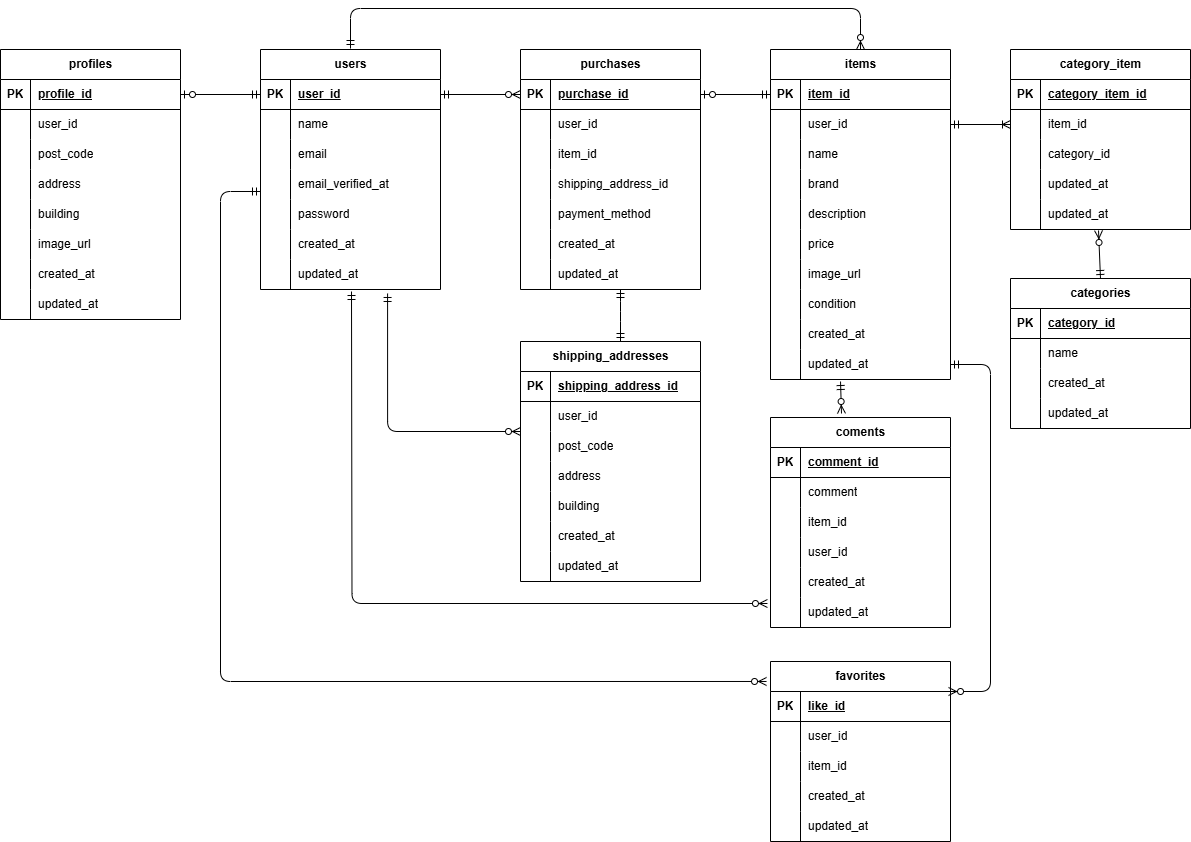
Earlier version of the draw.io export frea_market.drawio.png (yun-0312/flea-market). Source tidied: cells renumbered, new cells last; positions are measured from the earlier drawing's top-left corner, leaving out a move shared by most shapes.
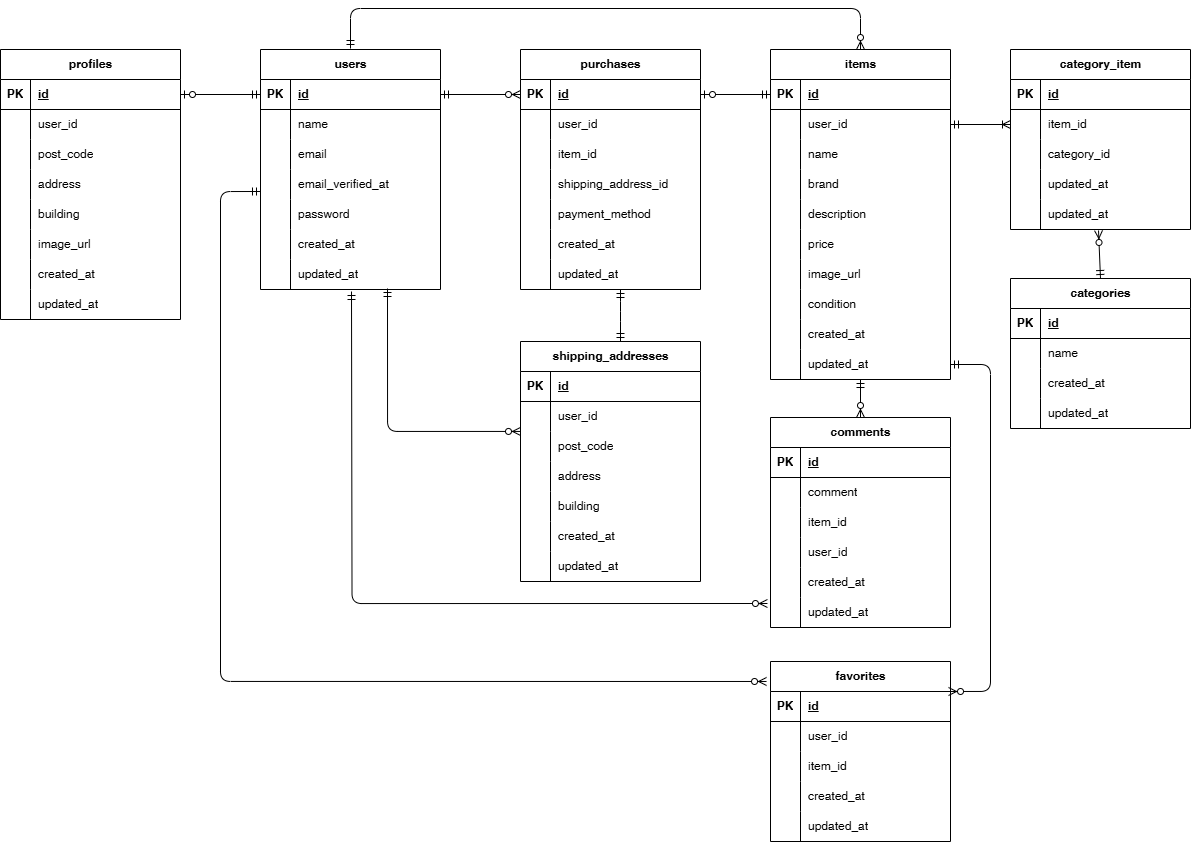
After the change.

The edit, as a diff of the source:
```diff
@@ -11,7 +11,7 @@
     <mxCell id="4" value="PK" style="shape=partialRectangle;fillColor=none;top=0;left=0;bottom=0;right=0;fontStyle=1;overflow=hidden;whiteSpace=wrap;html=1;" parent="3" vertex="1">
       <mxGeometry width="30" height="30" as="geometry" />
     </mxCell>
-    <mxCell id="5" value="category_item_id" style="shape=partialRectangle;fillColor=none;top=0;left=0;bottom=0;right=0;align=left;spacingLeft=6;fontStyle=5;overflow=hidden;whiteSpace=wrap;html=1;" parent="3" vertex="1">
+    <mxCell id="5" value="id" style="shape=partialRectangle;fillColor=none;top=0;left=0;bottom=0;right=0;align=left;spacingLeft=6;fontStyle=5;overflow=hidden;whiteSpace=wrap;html=1;" parent="3" vertex="1">
       <mxGeometry x="30" width="150" height="30" as="geometry" />
     </mxCell>
     <mxCell id="6" style="shape=tableRow;horizontal=0;startSize=0;swimlaneHead=0;swimlaneBody=0;fillColor=none;points=[[0,0.5],[1,0.5]];portConstraint=eastwest;top=0;left=0;right=0;bottom=0;" parent="2" vertex="1">
@@ -59,7 +59,7 @@
     <mxCell id="20" value="PK" style="shape=partialRectangle;fillColor=none;top=0;left=0;bottom=0;right=0;fontStyle=1;overflow=hidden;whiteSpace=wrap;html=1;" parent="19" vertex="1">
       <mxGeometry width="30" height="30" as="geometry" />
     </mxCell>
-    <mxCell id="21" value="user_id" style="shape=partialRectangle;fillColor=none;top=0;left=0;bottom=0;right=0;align=left;spacingLeft=6;fontStyle=5;overflow=hidden;whiteSpace=wrap;html=1;" parent="19" vertex="1">
+    <mxCell id="21" value="id" style="shape=partialRectangle;fillColor=none;top=0;left=0;bottom=0;right=0;align=left;spacingLeft=6;fontStyle=5;overflow=hidden;whiteSpace=wrap;html=1;" parent="19" vertex="1">
       <mxGeometry x="30" width="150" height="30" as="geometry" />
     </mxCell>
     <mxCell id="22" style="shape=tableRow;horizontal=0;startSize=0;swimlaneHead=0;swimlaneBody=0;fillColor=none;top=0;left=0;right=0;bottom=0;" parent="18" vertex="1">
@@ -116,7 +116,7 @@
     <mxCell id="39" value="updated_at" style="shape=partialRectangle;fillColor=none;top=0;left=0;bottom=0;right=0;align=left;spacingLeft=6;overflow=hidden;whiteSpace=wrap;html=1;" parent="37" vertex="1">
       <mxGeometry x="30" width="150" height="30" as="geometry" />
     </mxCell>
-    <mxCell id="40" value="coments" style="shape=table;startSize=30;rowLines=0;fontStyle=1;align=center;html=1;" parent="1" vertex="1">
+    <mxCell id="40" value="comments" style="shape=table;startSize=30;rowLines=0;fontStyle=1;align=center;html=1;" parent="1" vertex="1">
       <mxGeometry x="770" y="409" width="180" height="210" as="geometry" />
     </mxCell>
     <mxCell id="41" style="shape=tableRow;horizontal=0;startSize=0;swimlaneHead=0;swimlaneBody=0;fillColor=none;top=0;left=0;right=0;bottom=1;" parent="40" vertex="1">
@@ -125,7 +125,7 @@
     <mxCell id="42" value="PK" style="shape=partialRectangle;fillColor=none;top=0;left=0;bottom=0;right=0;fontStyle=1;overflow=hidden;whiteSpace=wrap;html=1;" parent="41" vertex="1">
       <mxGeometry width="30" height="30" as="geometry" />
     </mxCell>
-    <mxCell id="43" value="comment_id" style="shape=partialRectangle;fillColor=none;top=0;left=0;bottom=0;right=0;align=left;spacingLeft=6;fontStyle=5;overflow=hidden;whiteSpace=wrap;html=1;" parent="41" vertex="1">
+    <mxCell id="43" value="id" style="shape=partialRectangle;fillColor=none;top=0;left=0;bottom=0;right=0;align=left;spacingLeft=6;fontStyle=5;overflow=hidden;whiteSpace=wrap;html=1;" parent="41" vertex="1">
       <mxGeometry x="30" width="150" height="30" as="geometry" />
     </mxCell>
     <mxCell id="44" style="shape=tableRow;horizontal=0;startSize=0;swimlaneHead=0;swimlaneBody=0;fillColor=none;top=0;left=0;right=0;bottom=0;" parent="40" vertex="1">
@@ -182,7 +182,7 @@
     <mxCell id="61" value="PK" style="shape=partialRectangle;fillColor=none;top=0;left=0;bottom=0;right=0;fontStyle=1;overflow=hidden;whiteSpace=wrap;html=1;" parent="60" vertex="1">
       <mxGeometry width="30" height="30" as="geometry" />
     </mxCell>
-    <mxCell id="62" value="like_id" style="shape=partialRectangle;fillColor=none;top=0;left=0;bottom=0;right=0;align=left;spacingLeft=6;fontStyle=5;overflow=hidden;whiteSpace=wrap;html=1;" parent="60" vertex="1">
+    <mxCell id="62" value="id" style="shape=partialRectangle;fillColor=none;top=0;left=0;bottom=0;right=0;align=left;spacingLeft=6;fontStyle=5;overflow=hidden;whiteSpace=wrap;html=1;" parent="60" vertex="1">
       <mxGeometry x="30" width="150" height="30" as="geometry" />
     </mxCell>
     <mxCell id="63" style="shape=tableRow;horizontal=0;startSize=0;swimlaneHead=0;swimlaneBody=0;fillColor=none;top=0;left=0;right=0;bottom=0;" parent="59" vertex="1">
@@ -230,7 +230,7 @@
     <mxCell id="77" value="PK" style="shape=partialRectangle;fillColor=none;top=0;left=0;bottom=0;right=0;fontStyle=1;overflow=hidden;whiteSpace=wrap;html=1;" parent="76" vertex="1">
       <mxGeometry width="30" height="30" as="geometry" />
     </mxCell>
-    <mxCell id="78" value="profile_id" style="shape=partialRectangle;fillColor=none;top=0;left=0;bottom=0;right=0;align=left;spacingLeft=6;fontStyle=5;overflow=hidden;whiteSpace=wrap;html=1;" parent="76" vertex="1">
+    <mxCell id="78" value="id" style="shape=partialRectangle;fillColor=none;top=0;left=0;bottom=0;right=0;align=left;spacingLeft=6;fontStyle=5;overflow=hidden;whiteSpace=wrap;html=1;" parent="76" vertex="1">
       <mxGeometry x="30" width="150" height="30" as="geometry" />
     </mxCell>
     <mxCell id="79" style="shape=tableRow;horizontal=0;startSize=0;swimlaneHead=0;swimlaneBody=0;fillColor=none;top=0;left=0;right=0;bottom=0;" parent="75" vertex="1">
@@ -308,7 +308,7 @@
     <mxCell id="103" value="PK" style="shape=partialRectangle;fillColor=none;top=0;left=0;bottom=0;right=0;fontStyle=1;overflow=hidden;whiteSpace=wrap;html=1;" parent="102" vertex="1">
       <mxGeometry width="30" height="30" as="geometry" />
     </mxCell>
-    <mxCell id="104" value="category_id" style="shape=partialRectangle;fillColor=none;top=0;left=0;bottom=0;right=0;align=left;spacingLeft=6;fontStyle=5;overflow=hidden;whiteSpace=wrap;html=1;" parent="102" vertex="1">
+    <mxCell id="104" value="id" style="shape=partialRectangle;fillColor=none;top=0;left=0;bottom=0;right=0;align=left;spacingLeft=6;fontStyle=5;overflow=hidden;whiteSpace=wrap;html=1;" parent="102" vertex="1">
       <mxGeometry x="30" width="150" height="30" as="geometry" />
     </mxCell>
     <mxCell id="105" style="shape=tableRow;horizontal=0;startSize=0;swimlaneHead=0;swimlaneBody=0;fillColor=none;top=0;left=0;right=0;bottom=0;" parent="101" vertex="1">
@@ -346,13 +346,12 @@
         </Array>
       </mxGeometry>
     </mxCell>
-    <mxCell id="115" style="fontSize=12;html=1;endArrow=ERzeroToMany;startArrow=ERmandOne;exitX=0.389;exitY=1.067;exitDx=0;exitDy=0;exitPerimeter=0;" parent="1" edge="1" source="173">
-      <mxGeometry relative="1" as="geometry">
-        <mxPoint x="841" y="405" as="targetPoint" />
-      </mxGeometry>
+    <mxCell id="115" style="fontSize=12;html=1;endArrow=ERzeroToMany;startArrow=ERmandOne;entryX=0.5;entryY=0;entryDx=0;entryDy=0;" parent="1" edge="1" source="173" target="40">
+      <mxGeometry relative="1" as="geometry" />
     </mxCell>
-    <mxCell id="116" style="fontSize=12;html=1;endArrow=ERzeroToMany;startArrow=ERmandOne;edgeStyle=orthogonalEdgeStyle;exitX=0.706;exitY=1.133;exitDx=0;exitDy=0;exitPerimeter=0;" parent="1" edge="1" source="37" target="176">
+    <mxCell id="116" style="fontSize=12;html=1;endArrow=ERzeroToMany;startArrow=ERmandOne;edgeStyle=orthogonalEdgeStyle;" parent="1" edge="1" target="176">
       <mxGeometry relative="1" as="geometry">
+        <mxPoint x="387" y="280" as="sourcePoint" />
         <Array as="points">
           <mxPoint x="387" y="423" />
         </Array>
@@ -397,7 +396,7 @@
     <mxCell id="125" value="PK" style="shape=partialRectangle;fillColor=none;top=0;left=0;bottom=0;right=0;fontStyle=1;overflow=hidden;whiteSpace=wrap;html=1;" parent="124" vertex="1">
       <mxGeometry width="30" height="30" as="geometry" />
     </mxCell>
-    <mxCell id="126" value="purchase_id" style="shape=partialRectangle;fillColor=none;top=0;left=0;bottom=0;right=0;align=left;spacingLeft=6;fontStyle=5;overflow=hidden;whiteSpace=wrap;html=1;" parent="124" vertex="1">
+    <mxCell id="126" value="id" style="shape=partialRectangle;fillColor=none;top=0;left=0;bottom=0;right=0;align=left;spacingLeft=6;fontStyle=5;overflow=hidden;whiteSpace=wrap;html=1;" parent="124" vertex="1">
       <mxGeometry x="30" width="150" height="30" as="geometry" />
     </mxCell>
     <mxCell id="127" style="shape=tableRow;horizontal=0;startSize=0;swimlaneHead=0;swimlaneBody=0;fillColor=none;top=0;left=0;right=0;bottom=0;" parent="123" vertex="1">
@@ -463,7 +462,7 @@
     <mxCell id="147" value="PK" style="shape=partialRectangle;fillColor=none;top=0;left=0;bottom=0;right=0;fontStyle=1;overflow=hidden;whiteSpace=wrap;html=1;" parent="146" vertex="1">
       <mxGeometry width="30" height="30" as="geometry" />
     </mxCell>
-    <mxCell id="148" value="item_id" style="shape=partialRectangle;fillColor=none;top=0;left=0;bottom=0;right=0;align=left;spacingLeft=6;fontStyle=5;overflow=hidden;whiteSpace=wrap;html=1;" parent="146" vertex="1">
+    <mxCell id="148" value="id" style="shape=partialRectangle;fillColor=none;top=0;left=0;bottom=0;right=0;align=left;spacingLeft=6;fontStyle=5;overflow=hidden;whiteSpace=wrap;html=1;" parent="146" vertex="1">
       <mxGeometry x="30" width="150" height="30" as="geometry" />
     </mxCell>
     <mxCell id="149" style="shape=tableRow;horizontal=0;startSize=0;swimlaneHead=0;swimlaneBody=0;fillColor=none;points=[[0,0.5],[1,0.5]];portConstraint=eastwest;top=0;left=0;right=0;bottom=0;" parent="145" vertex="1">
@@ -556,7 +555,7 @@
     <mxCell id="178" value="PK" style="shape=partialRectangle;fillColor=none;top=0;left=0;bottom=0;right=0;fontStyle=1;overflow=hidden;whiteSpace=wrap;html=1;" parent="177" vertex="1">
       <mxGeometry width="30" height="30" as="geometry" />
     </mxCell>
-    <mxCell id="179" value="shipping_address_id" style="shape=partialRectangle;fillColor=none;top=0;left=0;bottom=0;right=0;align=left;spacingLeft=6;fontStyle=5;overflow=hidden;whiteSpace=wrap;html=1;" parent="177" vertex="1">
+    <mxCell id="179" value="id" style="shape=partialRectangle;fillColor=none;top=0;left=0;bottom=0;right=0;align=left;spacingLeft=6;fontStyle=5;overflow=hidden;whiteSpace=wrap;html=1;" parent="177" vertex="1">
       <mxGeometry x="30" width="150" height="30" as="geometry" />
     </mxCell>
     <mxCell id="180" style="shape=tableRow;horizontal=0;startSize=0;swimlaneHead=0;swimlaneBody=0;fillColor=none;top=0;left=0;right=0;bottom=0;" parent="176" vertex="1">
```
